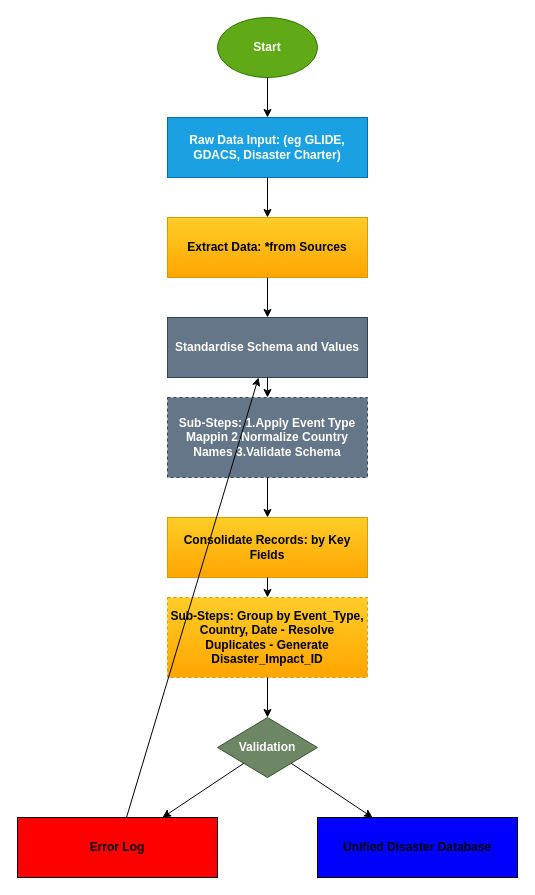
Above: src/flow_chart_final.drawio in mapaction/disaster-impact (draw.io), before the change. Source tidied: cells renumbered, new cells numbered last; positions are measured from the earlier drawing's top-left corner, leaving out a move shared by most shapes. Both pictures are drawn from the tidied source at 100%, with x=0, y=0 at pixel (17, 17).
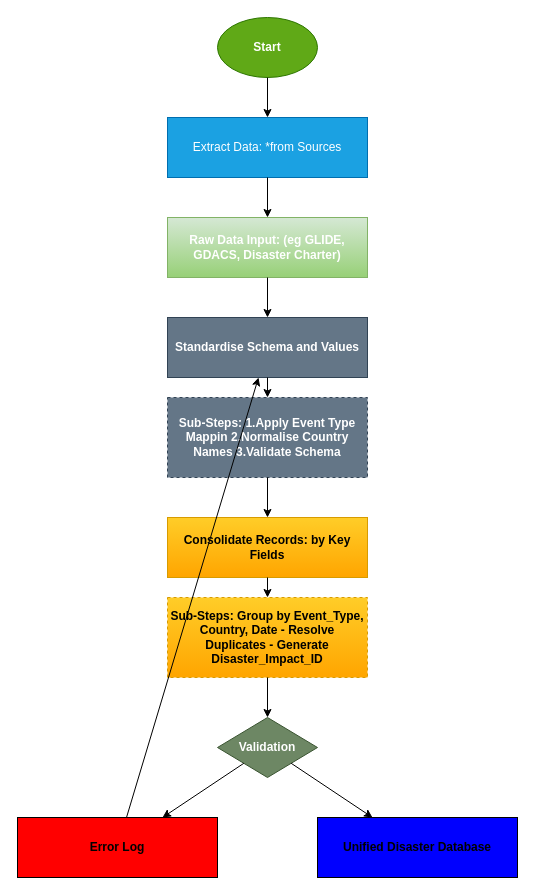
The same page after the edit.

Change to the diagram source:
```diff
@@
-    <mxCell id="3" value="&lt;b&gt;Raw Data Input: (eg GLIDE, GDACS, Disaster Charter)&lt;/b&gt;" style="parallelogram;whiteSpace=wrap;html=1;fillColor=#1ba1e2;fontColor=#ffffff;strokeColor=#006EAF;" parent="1" vertex="1">
+    <mxCell id="3" value="&lt;p&gt;Extract Data: *from Sources&lt;/p&gt;" style="parallelogram;whiteSpace=wrap;html=1;fillColor=#1ba1e2;fontColor=#ffffff;strokeColor=#006EAF;" parent="1" vertex="1">
       <mxGeometry x="150" y="100" width="200" height="60" as="geometry" />
     </mxCell>
-    <mxCell id="4" value="&lt;b&gt;Extract Data: *from Sources&lt;/b&gt;" style="rectangle;whiteSpace=wrap;html=1;fillColor=#ffcd28;strokeColor=#d79b00;gradientColor=#ffa500;" parent="1" vertex="1">
+    <mxCell id="4" value="&lt;b style=&quot;color: rgb(255, 255, 255);&quot;&gt;Raw Data Input: (eg GLIDE, GDACS, Disaster Charter)&lt;/b&gt;" style="rectangle;whiteSpace=wrap;html=1;fillColor=#d5e8d4;strokeColor=#82b366;gradientColor=#97d077;" parent="1" vertex="1">
       <mxGeometry x="150" y="200" width="200" height="60" as="geometry" />
     </mxCell>
@@
-    <mxCell id="6" value="&lt;b&gt;Sub-Steps: 1.Apply Event Type Mappin 2.Normalize Country Names 3.Validate Schema&lt;/b&gt;" style="dashed=1;whiteSpace=wrap;html=1;fillColor=#647687;strokeColor=#314354;fontColor=#ffffff;" parent="1" vertex="1">
+    <mxCell id="6" value="&lt;b&gt;Sub-Steps: 1.Apply Event Type Mappin 2.Normalise Country Names 3.Validate Schema&lt;/b&gt;" style="dashed=1;whiteSpace=wrap;html=1;fillColor=#647687;strokeColor=#314354;fontColor=#ffffff;" parent="1" vertex="1">
       <mxGeometry x="150" y="380" width="200" height="80" as="geometry" />
     </mxCell>
```
